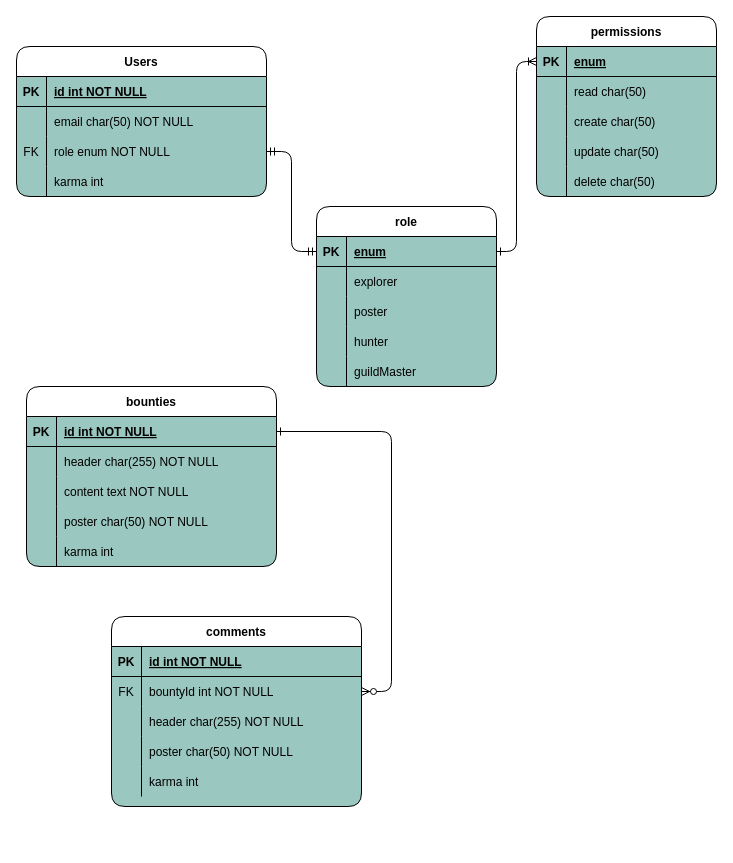
The draw.io diagram Untitled Diagram.drawio in CullenSharp/wireframe-exercise, before the edit. Source tidied: cells renumbered, new cells numbered last; positions are measured from the earlier drawing's top-left corner, leaving out a move shared by most shapes. Both pictures are drawn from the tidied source at 100%, with x=0, y=0 at pixel (16, 16).
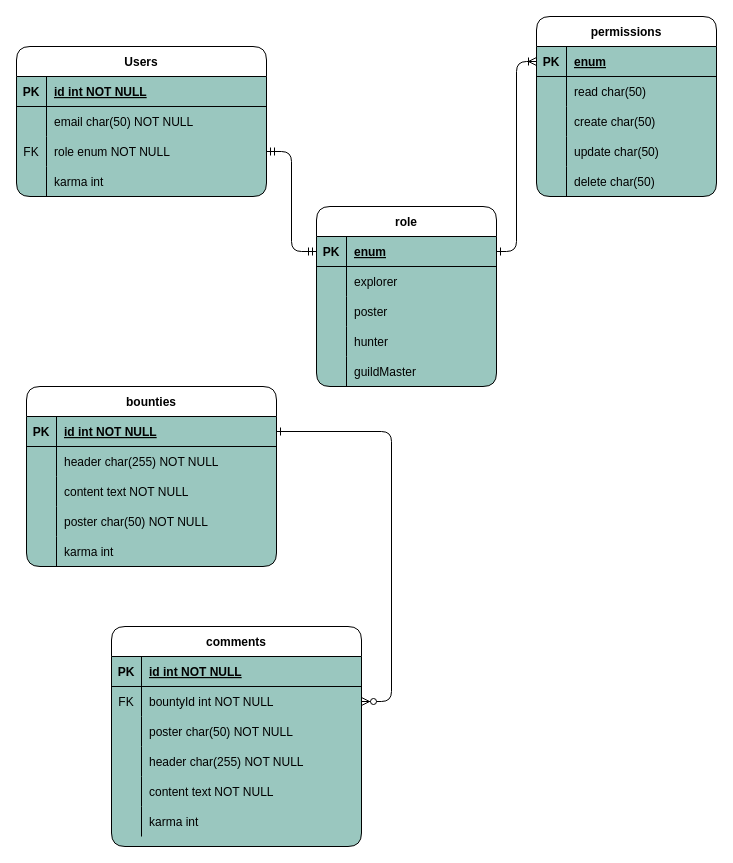
Above is the later version.

Diff of the diagram source:
```diff
@@
     <mxCell id="19" value="comments" style="shape=table;startSize=30;childLayout=tableLayout;rowLines=0;fontStyle=1;align=center;rounded=1;swimlaneFillColor=#9AC7BF;" parent="1" vertex="1">
-      <mxGeometry x="95" y="600" width="250" height="190" as="geometry" />
+      <mxGeometry x="95" y="610" width="250" height="220" as="geometry" />
     </mxCell>
@@
+    <mxCell id="29" style="shape=partialRectangle;fillColor=none;top=0;left=0;bottom=0;right=0;rounded=1;glass=0;sketch=0;strokeWidth=2;" parent="19" vertex="1">
+      <mxGeometry y="90" width="250" height="30" as="geometry" />
+    </mxCell>
+    <mxCell id="30" style="shape=partialRectangle;fillColor=none;top=0;left=0;bottom=0;right=0;overflow=hidden;" parent="29" vertex="1">
+      <mxGeometry width="30" height="30" as="geometry" />
+    </mxCell>
+    <mxCell id="31" value="poster char(50) NOT NULL" style="shape=partialRectangle;fillColor=none;top=0;left=0;bottom=0;right=0;align=left;spacingLeft=6;overflow=hidden;" parent="29" vertex="1">
+      <mxGeometry x="30" width="220" height="30" as="geometry" />
+    </mxCell>
     <mxCell id="26" style="shape=partialRectangle;fillColor=none;top=0;left=0;right=0;bottom=0;" parent="19" vertex="1">
-      <mxGeometry y="90" width="250" height="30" as="geometry" />
+      <mxGeometry y="120" width="250" height="30" as="geometry" />
     </mxCell>
@@
-    <mxCell id="29" style="shape=partialRectangle;fillColor=none;top=0;left=0;bottom=0;right=0;rounded=1;glass=0;sketch=0;strokeWidth=2;" parent="19" vertex="1">
-      <mxGeometry y="120" width="250" height="30" as="geometry" />
-    </mxCell>
-    <mxCell id="30" style="shape=partialRectangle;fillColor=none;top=0;left=0;bottom=0;right=0;overflow=hidden;" parent="29" vertex="1">
-      <mxGeometry width="30" height="30" as="geometry" />
-    </mxCell>
-    <mxCell id="31" value="poster char(50) NOT NULL" style="shape=partialRectangle;fillColor=none;top=0;left=0;bottom=0;right=0;align=left;spacingLeft=6;overflow=hidden;" parent="29" vertex="1">
-      <mxGeometry x="30" width="220" height="30" as="geometry" />
-    </mxCell>
+    <mxCell id="82" style="shape=partialRectangle;fillColor=none;top=0;left=0;bottom=0;right=0;" parent="19" vertex="1">
+      <mxGeometry y="150" width="250" height="30" as="geometry" />
+    </mxCell>
+    <mxCell id="83" style="shape=partialRectangle;fillColor=none;top=0;left=0;bottom=0;right=0;overflow=hidden;" parent="82" vertex="1">
+      <mxGeometry width="30" height="30" as="geometry" />
+    </mxCell>
+    <mxCell id="84" value="content text NOT NULL" style="shape=partialRectangle;fillColor=none;top=0;left=0;bottom=0;right=0;align=left;spacingLeft=6;overflow=hidden;" parent="82" vertex="1">
+      <mxGeometry x="30" width="220" height="30" as="geometry" />
+    </mxCell>
     <mxCell id="32" style="shape=partialRectangle;fillColor=none;top=0;left=0;bottom=0;right=0;rounded=1;glass=0;sketch=0;strokeWidth=2;" parent="19" vertex="1">
-      <mxGeometry y="150" width="250" height="30" as="geometry" />
+      <mxGeometry y="180" width="250" height="30" as="geometry" />
     </mxCell>
```
